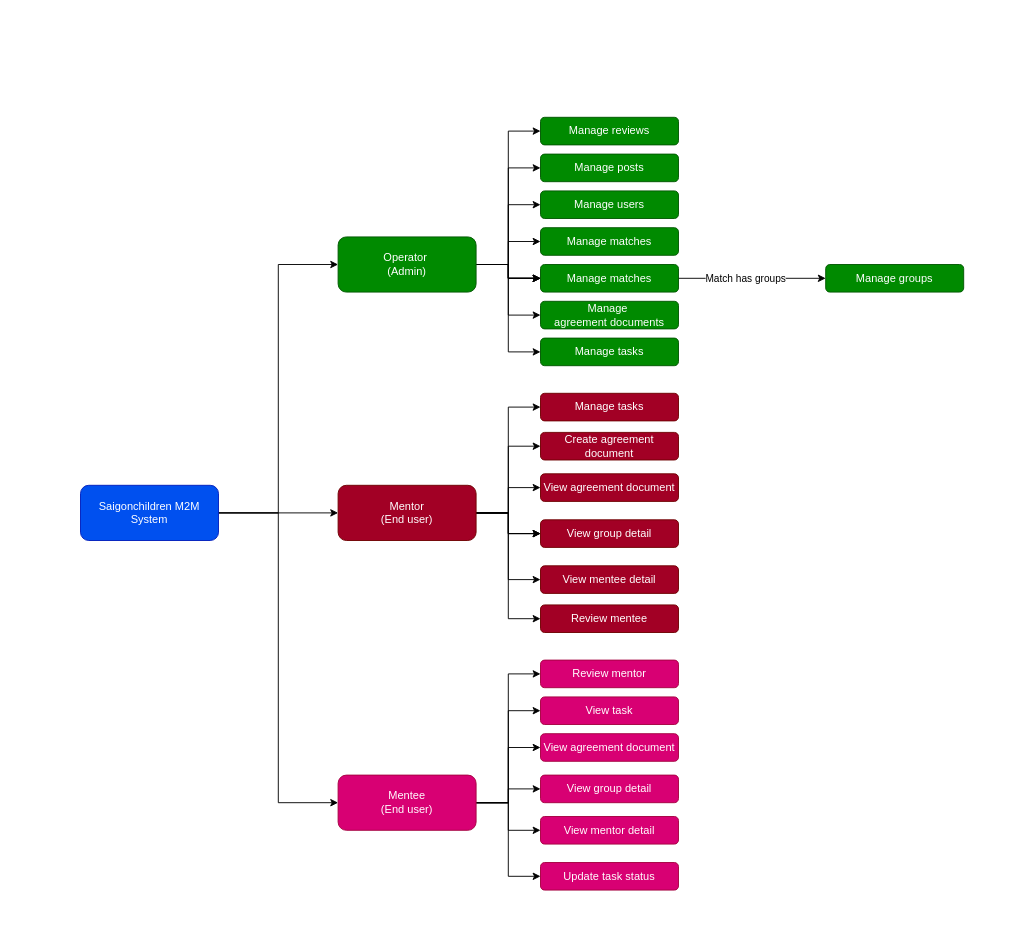
Earlier version of the draw.io diagram docs/scc_feature_breakdown.drawio (scc-big-buddy-liltle-buddy/documentation). Source tidied: cells renumbered, new cells numbered last; positions are measured from the earlier drawing's top-left corner, leaving out a move shared by most shapes. Both pictures are drawn from the tidied source at 92%, with x=0, y=0 at pixel (80, 117).
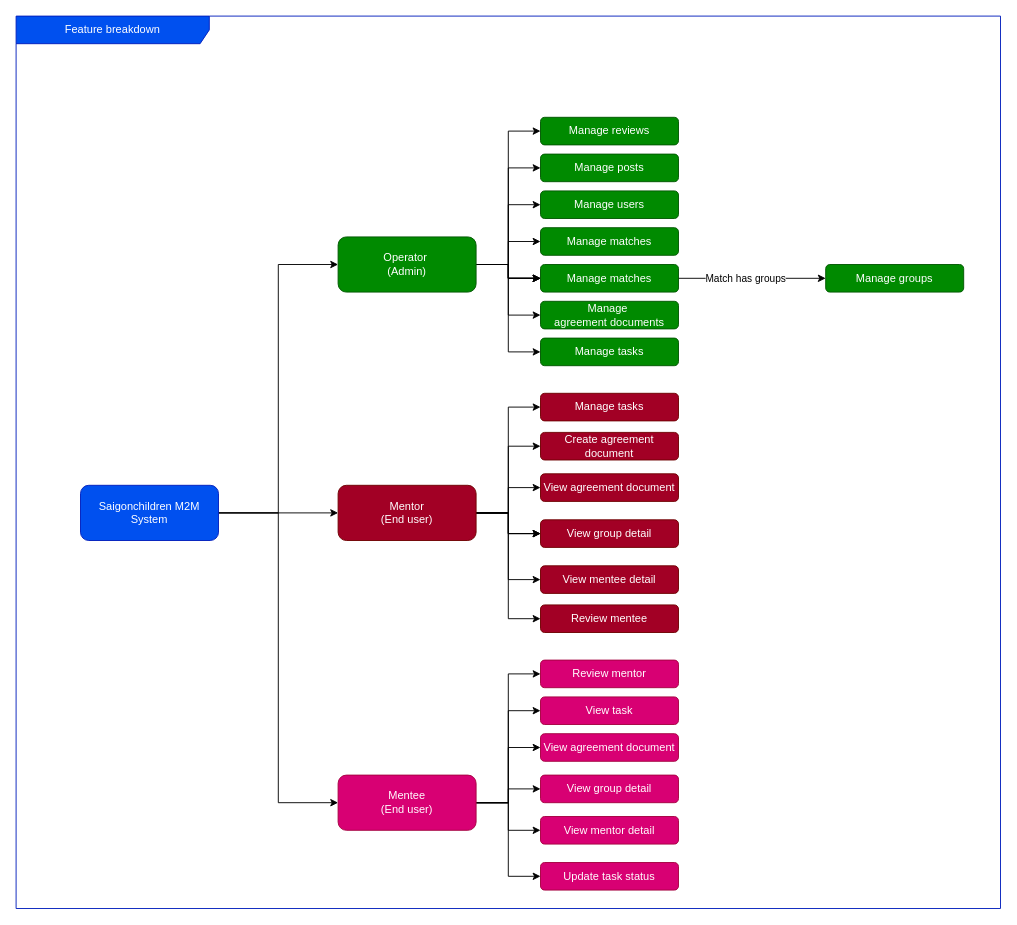
After the change.

Change to the diagram source:
```diff
@@
+    <mxCell id="56" value="Feature breakdown" style="shape=umlFrame;whiteSpace=wrap;html=1;width=210;height=30;fillColor=#0050ef;fontColor=#ffffff;strokeColor=#001DBC;" parent="1" vertex="1">
+      <mxGeometry x="-70" y="-110" width="1070" height="970" as="geometry" />
+    </mxCell>
```
